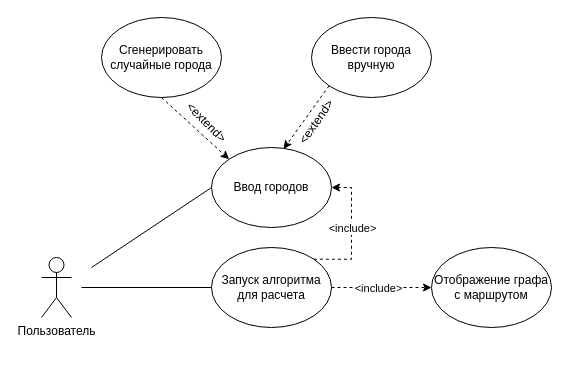
Before: diagrams/TSP_use_case.drawio in AndreSS-ntp/tsp_univ, a draw.io diagram. Source tidied: cells renumbered, new cells numbered last; positions are measured from the earlier drawing's top-left corner, leaving out a move shared by most shapes. Both pictures are drawn from the tidied source at 100%, with x=0, y=0 at pixel (41, 17).
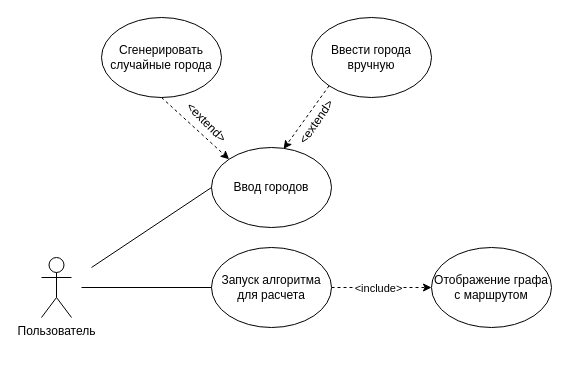
After the change.

Commit message (it also covers changes not shown here):
update use-case diagram

Unchanged cells that the change refers to:
```xml
<mxCell id="7" value="Запуск алгоритма для расчета" style="ellipse;whiteSpace=wrap;html=1;" parent="1" vertex="1">
  <mxGeometry x="170" y="230" width="120" height="80" as="geometry" />
</mxCell>
<mxCell id="9" value="Ввод городов" style="ellipse;whiteSpace=wrap;html=1;" parent="1" vertex="1">
  <mxGeometry x="170" y="130" width="120" height="80" as="geometry" />
</mxCell>
```

Diff of the diagram source:
```diff
@@
-    <mxCell id="3" style="edgeStyle=orthogonalEdgeStyle;rounded=0;jettySize=auto;html=1;exitX=1;exitY=0;exitDx=0;exitDy=0;entryX=1;entryY=0.5;entryDx=0;entryDy=0;dashed=1;" parent="1" edge="1" source="7" target="9">
-      <mxGeometry relative="1" as="geometry">
-        <Array as="points">
-          <mxPoint x="310" y="242" />
-          <mxPoint x="310" y="170" />
-        </Array>
-      </mxGeometry>
-    </mxCell>
-    <mxCell id="4" value="&amp;lt;include&amp;gt;" style="edgeLabel;html=1;align=center;verticalAlign=middle;" parent="3" vertex="1">
-      <mxGeometry x="0.31" y="-2" relative="1" as="geometry">
-        <mxPoint x="-2" y="16" as="offset" />
-      </mxGeometry>
-    </mxCell>
```
